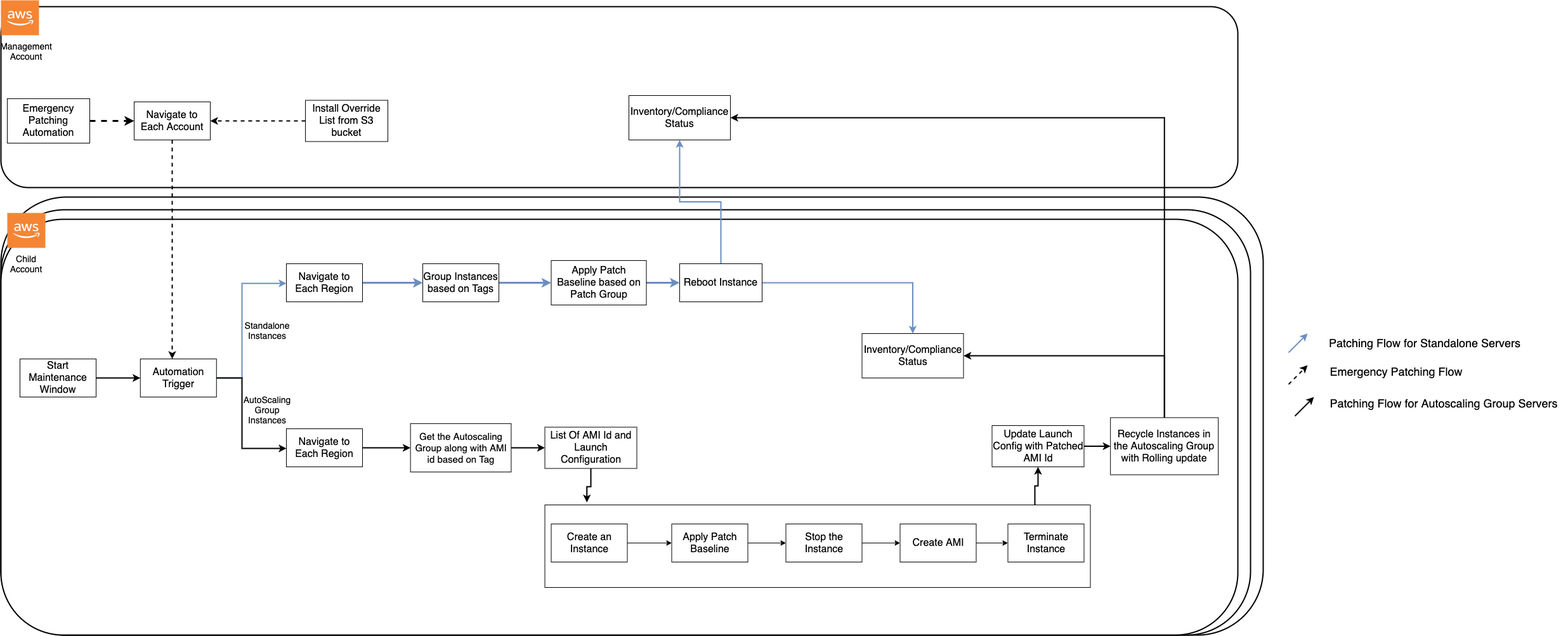
Earlier version of the draw.io export images/Flow-Diagram-Patching.png (aws-samples/self-service-patching-solution-for-multi-account-organisation). Source tidied: cells renumbered, new cells last; positions are measured from the earlier drawing's top-left corner, leaving out a move shared by most shapes.
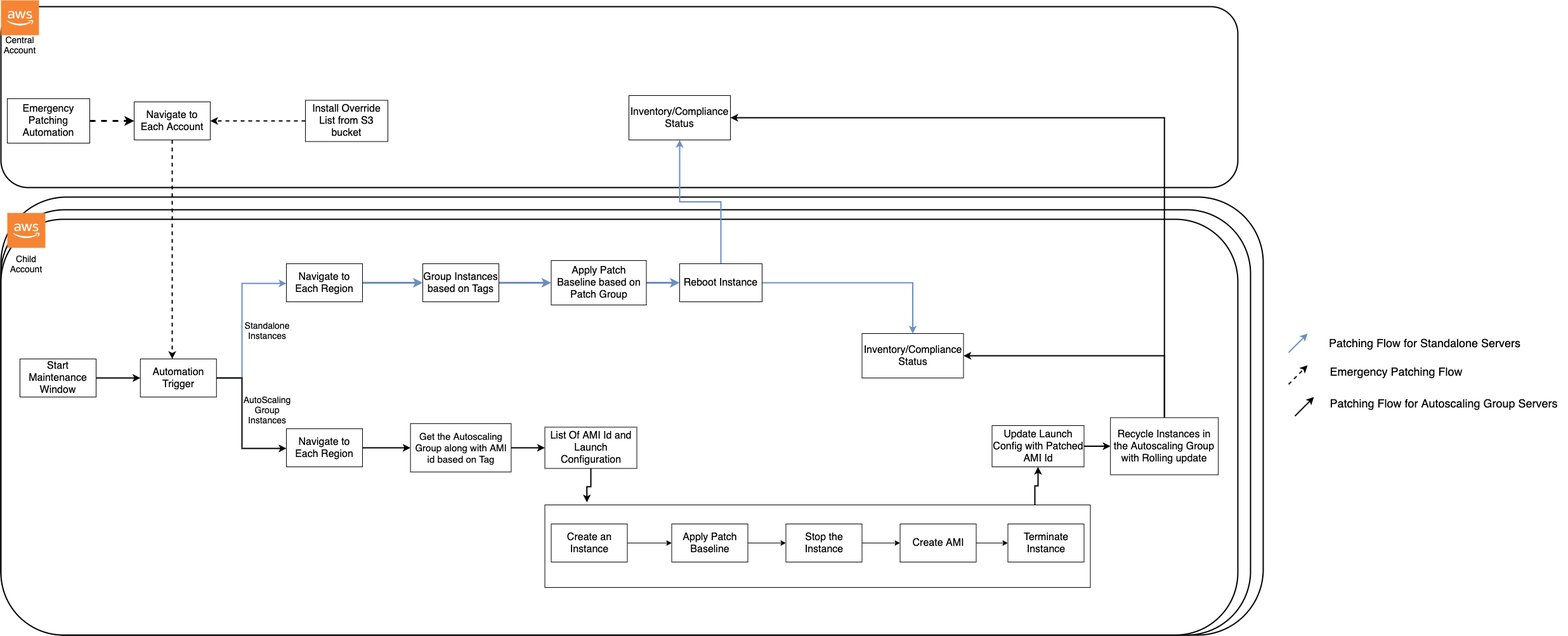
The same diagram one commit later.

The edit, as a diff of the source:
```diff
@@ -64,8 +64,8 @@
     <mxCell id="20" value="&lt;font style=&quot;font-size: 16px&quot;&gt;Navigate to Each Account&lt;/font&gt;" style="rounded=0;whiteSpace=wrap;html=1;" parent="1" vertex="1">
       <mxGeometry x="210" y="160" width="120" height="60" as="geometry" />
     </mxCell>
-    <mxCell id="21" value="&lt;font style=&quot;font-size: 14px&quot;&gt;Management Account&lt;/font&gt;" style="text;html=1;strokeColor=none;fillColor=none;align=center;verticalAlign=middle;whiteSpace=wrap;rounded=0;" parent="1" vertex="1">
-      <mxGeometry x="20" y="70" width="40" height="20" as="geometry" />
+    <mxCell id="21" value="&lt;font style=&quot;font-size: 14px&quot;&gt;Central Account&lt;/font&gt;" style="text;html=1;strokeColor=none;fillColor=none;align=center;verticalAlign=middle;whiteSpace=wrap;rounded=0;" parent="1" vertex="1">
+      <mxGeometry x="10" y="60" width="40" height="20" as="geometry" />
     </mxCell>
     <mxCell id="22" value="&lt;font style=&quot;font-size: 14px&quot;&gt;Child Account&lt;/font&gt;" style="text;html=1;strokeColor=none;fillColor=none;align=center;verticalAlign=middle;whiteSpace=wrap;rounded=0;" parent="1" vertex="1">
       <mxGeometry x="20" y="405" width="40" height="20" as="geometry" />
```
